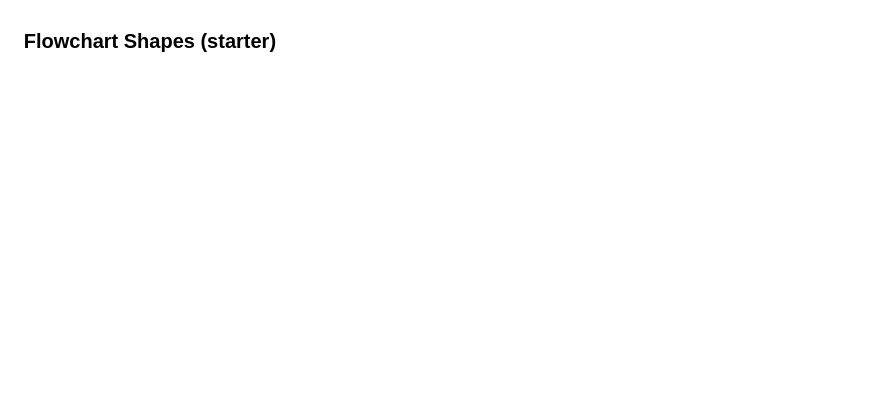
Above: shared-resources/drawio-icons/flowchart.drawio in rohittewari/openclaw-repo (draw.io), before the change. Source tidied: cells renumbered, new cells numbered last; positions are measured from the earlier drawing's top-left corner, leaving out a move shared by most shapes. Both pictures are drawn from the tidied source at 125%, with x=0, y=0 at pixel (21, 21).
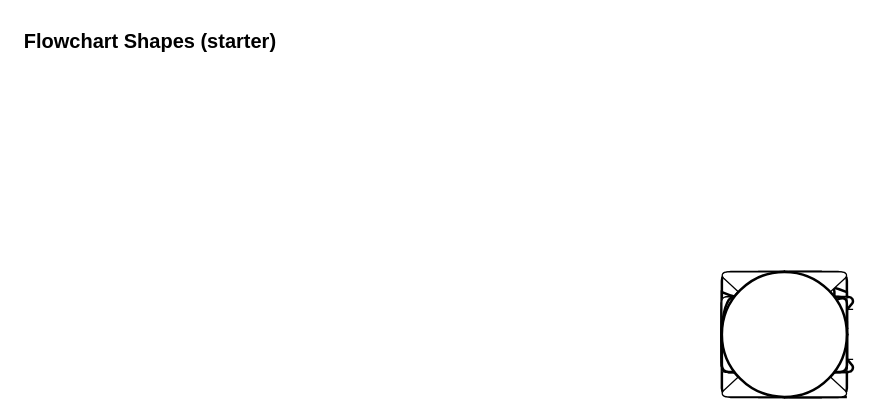
The same page after the edit.

What changed in the source:
```diff
@@
+    <mxCell id="3" style="strokeWidth=2;html=1;shape=mxgraph.flowchart.annotation_1;align=left;" parent="1" vertex="1">
+      <mxGeometry x="590" y="200" width="50" height="100" as="geometry" />
+    </mxCell>
+    <mxCell id="4" style="strokeWidth=2;html=1;shape=mxgraph.flowchart.database;whiteSpace=wrap;" parent="1" vertex="1">
+      <mxGeometry x="580" y="220" width="60" height="60" as="geometry" />
+    </mxCell>
+    <mxCell id="5" style="strokeWidth=2;html=1;shape=mxgraph.flowchart.document2;whiteSpace=wrap;size=0.25;" parent="1" vertex="1">
+      <mxGeometry x="560" y="220" width="100" height="60" as="geometry" />
+    </mxCell>
+    <mxCell id="6" style="verticalLabelPosition=middle;verticalAlign=middle;html=1;shape=trapezoid;perimeter=trapezoidPerimeter;whiteSpace=wrap;size=0.23;arcSize=10;flipV=1;labelPosition=center;align=center;legacyAnchorPoints=0;" parent="1" vertex="1">
+      <mxGeometry x="560" y="220" width="100" height="60" as="geometry" />
+    </mxCell>
+    <mxCell id="7" style="verticalLabelPosition=bottom;verticalAlign=top;html=1;shape=mxgraph.flowchart.summing_function;" parent="1" vertex="1">
+      <mxGeometry x="580" y="210" width="70" height="70" as="geometry" />
+    </mxCell>
+    <mxCell id="8" style="rounded=1;whiteSpace=wrap;html=1;absoluteArcSize=1;arcSize=14;strokeWidth=2;" parent="1" vertex="1">
+      <mxGeometry x="560" y="200" width="100" height="100" as="geometry" />
+    </mxCell>
+    <mxCell id="9" style="strokeWidth=2;html=1;shape=mxgraph.flowchart.stored_data;whiteSpace=wrap;" parent="1" vertex="1">
+      <mxGeometry x="560" y="220" width="100" height="60" as="geometry" />
+    </mxCell>
+    <mxCell id="10" style="verticalLabelPosition=bottom;verticalAlign=top;html=1;shape=mxgraph.flowchart.or;" parent="1" vertex="1">
+      <mxGeometry x="580" y="210" width="70" height="70" as="geometry" />
+    </mxCell>
+    <mxCell id="11" style="strokeWidth=2;html=1;shape=mxgraph.flowchart.sequential_data;whiteSpace=wrap;" parent="1" vertex="1">
+      <mxGeometry x="560" y="200" width="100" height="100" as="geometry" />
+    </mxCell>
+    <mxCell id="12" style="shape=tape;whiteSpace=wrap;html=1;strokeWidth=2;size=0.19;" parent="1" vertex="1">
+      <mxGeometry x="560" y="210" width="100" height="65" as="geometry" />
+    </mxCell>
+    <mxCell id="13" style="strokeWidth=2;html=1;shape=mxgraph.flowchart.merge_or_storage;whiteSpace=wrap;" parent="1" vertex="1">
+      <mxGeometry x="570" y="220" width="95" height="60" as="geometry" />
+    </mxCell>
+    <mxCell id="14" style="strokeWidth=2;html=1;shape=mxgraph.flowchart.extract_or_measurement;whiteSpace=wrap;" parent="1" vertex="1">
+      <mxGeometry x="570" y="220" width="95" height="60" as="geometry" />
+    </mxCell>
+    <mxCell id="15" style="strokeWidth=2;html=1;shape=mxgraph.flowchart.decision;whiteSpace=wrap;" parent="1" vertex="1">
+      <mxGeometry x="560" y="200" width="100" height="100" as="geometry" />
+    </mxCell>
+    <mxCell id="16" style="strokeWidth=2;html=1;shape=mxgraph.flowchart.annotation_2;align=left;labelPosition=right;" parent="1" vertex="1">
+      <mxGeometry x="590" y="200" width="50" height="100" as="geometry" />
+    </mxCell>
+    <mxCell id="17" style="verticalLabelPosition=bottom;verticalAlign=top;html=1;shape=card;whiteSpace=wrap;size=20;arcSize=12;" parent="1" vertex="1">
+      <mxGeometry x="560" y="220" width="100" height="60" as="geometry" />
+    </mxCell>
+    <mxCell id="18" style="strokeWidth=2;html=1;shape=mxgraph.flowchart.delay;whiteSpace=wrap;" parent="1" vertex="1">
+      <mxGeometry x="560" y="220" width="100" height="60" as="geometry" />
+    </mxCell>
+    <mxCell id="19" style="shape=internalStorage;whiteSpace=wrap;html=1;dx=15;dy=15;rounded=1;arcSize=8;strokeWidth=2;" parent="1" vertex="1">
+      <mxGeometry x="580" y="210" width="70" height="70" as="geometry" />
+    </mxCell>
+    <mxCell id="20" style="strokeWidth=2;html=1;shape=mxgraph.flowchart.multi-document;whiteSpace=wrap;" parent="1" vertex="1">
+      <mxGeometry x="570" y="220" width="88" height="60" as="geometry" />
+    </mxCell>
+    <mxCell id="21" style="verticalLabelPosition=bottom;verticalAlign=top;html=1;shape=mxgraph.flowchart.parallel_mode;" parent="1" vertex="1">
+      <mxGeometry x="570" y="230" width="95" height="40" as="geometry" />
+    </mxCell>
+    <mxCell id="22" style="verticalLabelPosition=bottom;verticalAlign=top;html=1;shape=mxgraph.flowchart.sort;" parent="1" vertex="1">
+      <mxGeometry x="560" y="200" width="100" height="100" as="geometry" />
+    </mxCell>
+    <mxCell id="23" style="strokeWidth=2;html=1;shape=mxgraph.flowchart.terminator;whiteSpace=wrap;" parent="1" vertex="1">
+      <mxGeometry x="560" y="220" width="100" height="60" as="geometry" />
+    </mxCell>
+    <mxCell id="24" style="verticalLabelPosition=bottom;verticalAlign=top;html=1;strokeWidth=2;shape=mxgraph.arrows2.arrow;dy=0.6;dx=40;notch=0;" parent="1" vertex="1">
+      <mxGeometry x="560" y="210" width="100" height="70" as="geometry" />
+    </mxCell>
+    <mxCell id="25" style="strokeWidth=2;html=1;shape=mxgraph.flowchart.start_1;whiteSpace=wrap;" parent="1" vertex="1">
+      <mxGeometry x="560" y="220" width="100" height="60" as="geometry" />
+    </mxCell>
+    <mxCell id="26" style="verticalLabelPosition=bottom;verticalAlign=top;html=1;shape=process;whiteSpace=wrap;rounded=1;size=0.14;arcSize=6;" parent="1" vertex="1">
+      <mxGeometry x="560" y="220" width="100" height="60" as="geometry" />
+    </mxCell>
+    <mxCell id="27" style="verticalLabelPosition=bottom;verticalAlign=top;html=1;shape=offPageConnector;rounded=0;size=0.5;" parent="1" vertex="1">
+      <mxGeometry x="580" y="220" width="60" height="60" as="geometry" />
+    </mxCell>
+    <mxCell id="28" style="strokeWidth=2;html=1;shape=mxgraph.flowchart.loop_limit;whiteSpace=wrap;" parent="1" vertex="1">
+      <mxGeometry x="560" y="220" width="100" height="60" as="geometry" />
+    </mxCell>
+    <mxCell id="29" style="strokeWidth=2;html=1;shape=mxgraph.flowchart.direct_data;whiteSpace=wrap;" parent="1" vertex="1">
+      <mxGeometry x="560" y="220" width="100" height="60" as="geometry" />
+    </mxCell>
+    <mxCell id="30" style="verticalLabelPosition=bottom;verticalAlign=top;html=1;shape=mxgraph.flowchart.collate;" parent="1" vertex="1">
+      <mxGeometry x="560" y="200" width="100" height="100" as="geometry" />
+    </mxCell>
+    <mxCell id="31" style="shape=parallelogram;html=1;strokeWidth=2;perimeter=parallelogramPerimeter;whiteSpace=wrap;rounded=1;arcSize=12;size=0.23;" parent="1" vertex="1">
+      <mxGeometry x="560" y="220" width="100" height="60" as="geometry" />
+    </mxCell>
+    <mxCell id="32" style="strokeWidth=2;html=1;shape=mxgraph.flowchart.display;whiteSpace=wrap;" parent="1" vertex="1">
+      <mxGeometry x="560" y="220" width="100" height="60" as="geometry" />
+    </mxCell>
+    <mxCell id="33" style="html=1;strokeWidth=2;shape=manualInput;whiteSpace=wrap;rounded=1;size=26;arcSize=11;" parent="1" vertex="1">
+      <mxGeometry x="560" y="220" width="100" height="60" as="geometry" />
+    </mxCell>
+    <mxCell id="34" style="verticalLabelPosition=bottom;verticalAlign=top;html=1;shape=mxgraph.flowchart.on-page_reference;" parent="1" vertex="1">
+      <mxGeometry x="580" y="220" width="60" height="60" as="geometry" />
+    </mxCell>
+    <mxCell id="35" style="verticalLabelPosition=bottom;verticalAlign=top;html=1;shape=hexagon;perimeter=hexagonPerimeter2;arcSize=6;size=0.27;" parent="1" vertex="1">
+      <mxGeometry x="560" y="220" width="100" height="60" as="geometry" />
+    </mxCell>
+    <mxCell id="36" style="strokeWidth=2;html=1;shape=mxgraph.flowchart.start_2;whiteSpace=wrap;" parent="1" vertex="1">
+      <mxGeometry x="560" y="200" width="100" height="100" as="geometry" />
+    </mxCell>
```
